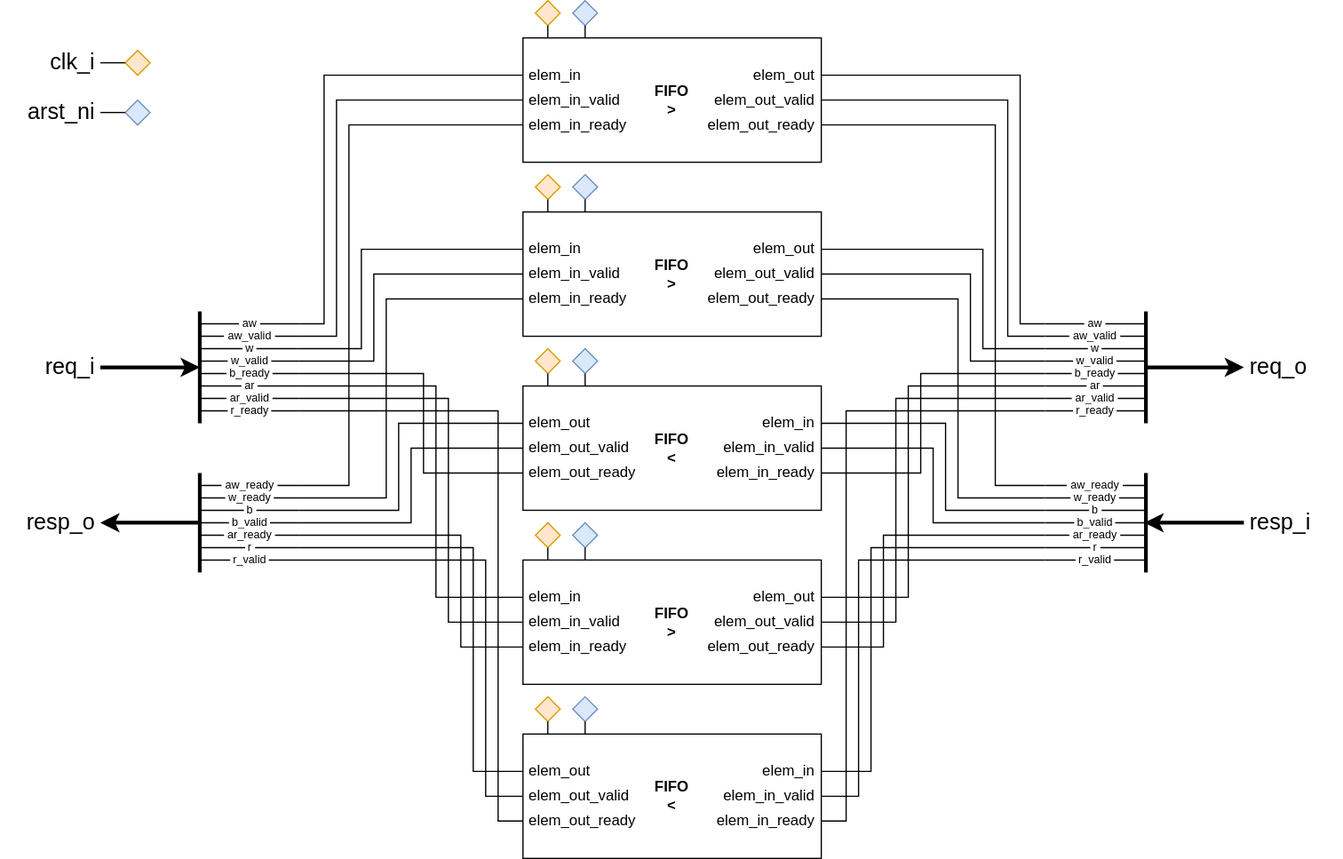
This is docs/diagrams/axi_fifo.svg from squared-studio/common, a draw.io export, as it was before one commit. Source tidied: cells renumbered, new cells last; positions are measured from the earlier drawing's top-left corner, leaving out a move shared by most shapes.
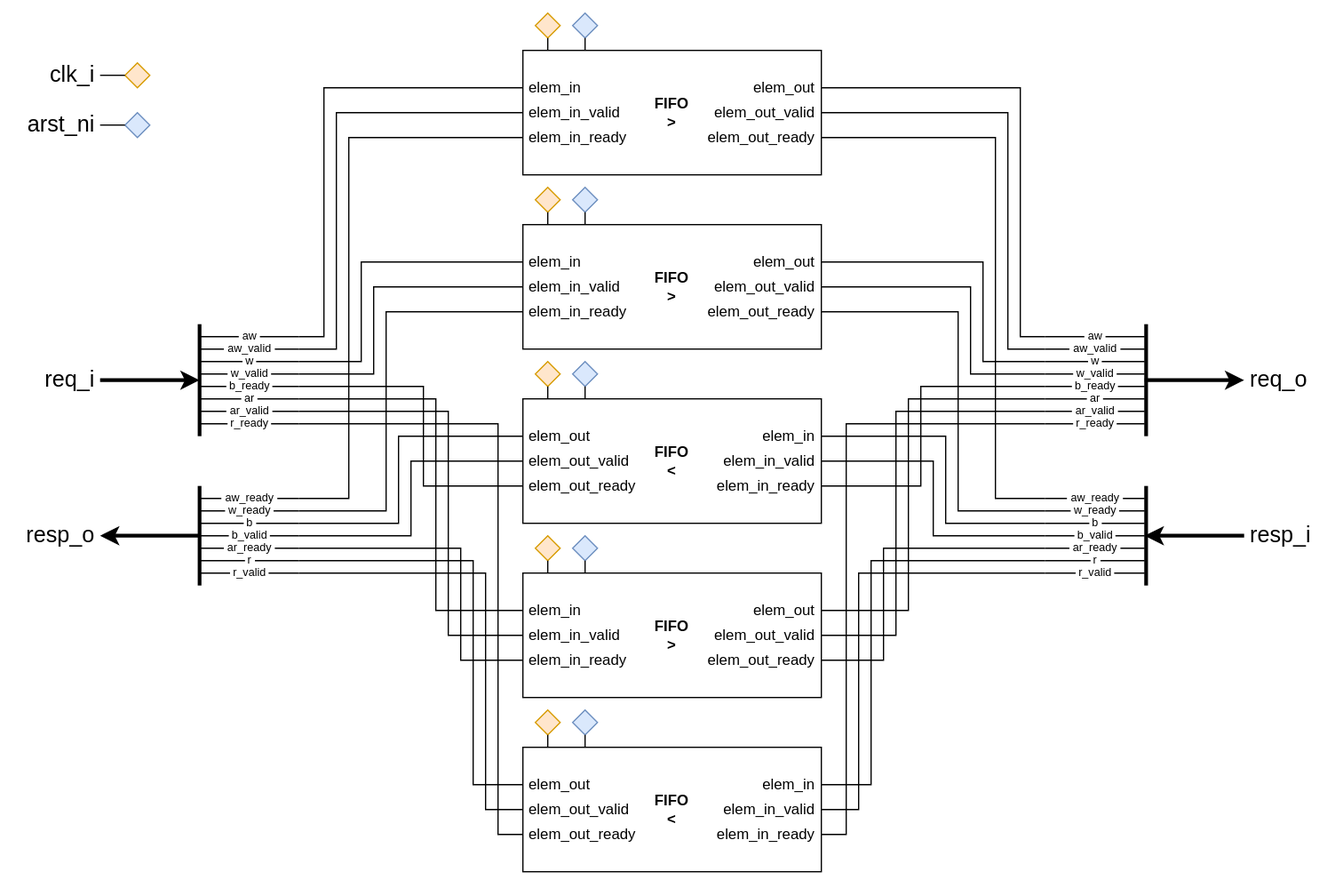
After the change.

Diff of the diagram source:
```diff
@@ -2,6 +2,9 @@
   <root>
     <mxCell id="0" />
     <mxCell id="1" parent="0" />
+    <mxCell id="140" style="rounded=0;whiteSpace=wrap;html=1;strokeColor=none;" parent="1" vertex="1">
+      <mxGeometry y="-10" width="1080" height="720" as="geometry" />
+    </mxCell>
     <mxCell id="2" style="group;" parent="1" vertex="1">
       <mxGeometry x="420" y="310" width="240" height="100" as="geometry" />
     </mxCell>
```
